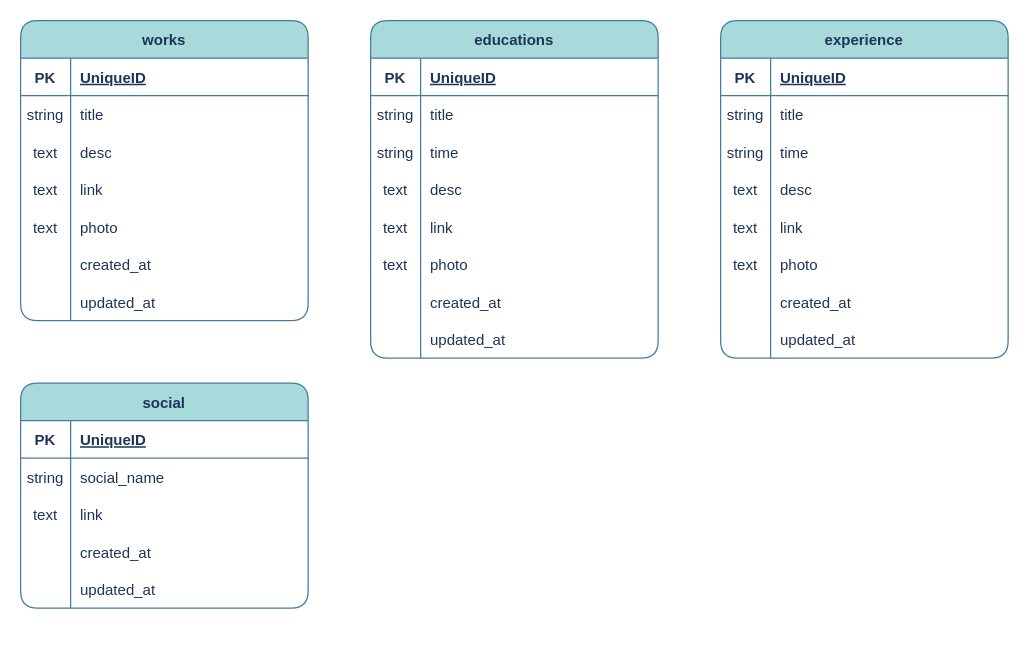
This is Portfolio Schema.drawio from Yousran/diagrams, a draw.io file, before an edit. Source tidied: cells renumbered, new cells numbered last; positions are measured from the earlier drawing's top-left corner, leaving out a move shared by most shapes. Both pictures are drawn from the tidied source at 125%, with x=0, y=0 at pixel (20, 20).
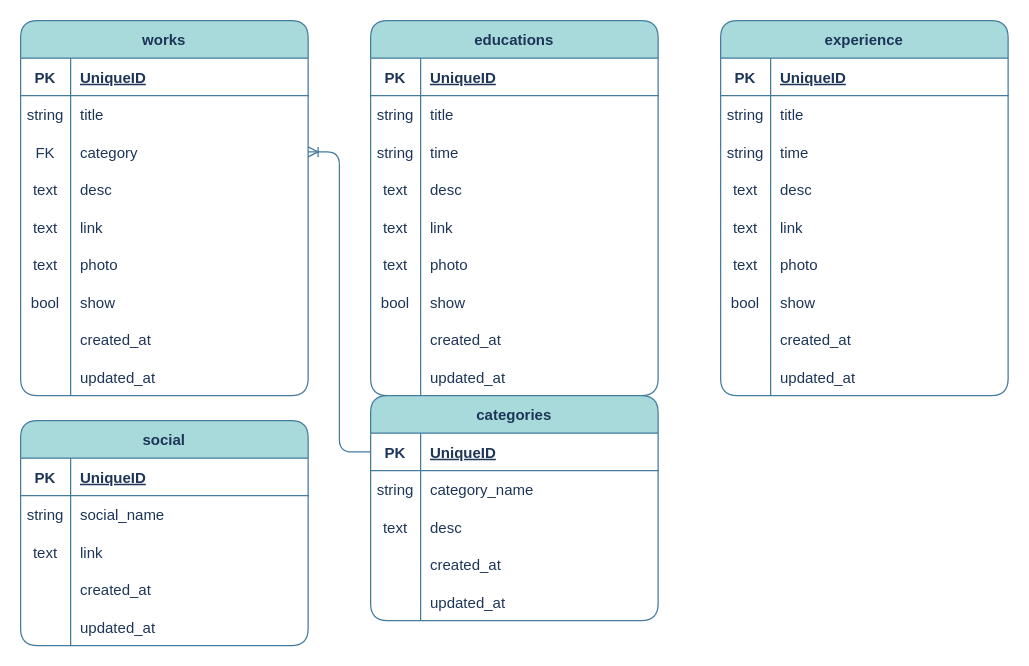
Above is the later version.

Commit message:
add categories table and field

The edit, as a diff of the source:
```diff
@@
     <mxCell id="2" value="works" style="shape=table;startSize=30;childLayout=tableLayout;rowLines=0;fontStyle=1;align=center;strokeColor=#457B9D;fontColor=#1D3557;fillColor=#A8DADC;rounded=1;" parent="1" vertex="1">
-      <mxGeometry width="230" height="240" as="geometry" />
+      <mxGeometry width="230" height="300" as="geometry" />
     </mxCell>
@@
+    <mxCell id="90" style="shape=tableRow;horizontal=0;startSize=0;swimlaneHead=0;swimlaneBody=0;fillColor=none;points=[[0,0.5],[1,0.5]];portConstraint=eastwest;top=0;left=0;right=0;bottom=0;strokeColor=#457B9D;fontColor=#1D3557;rounded=1;" parent="2" vertex="1">
+      <mxGeometry y="90" width="230" height="30" as="geometry" />
+    </mxCell>
+    <mxCell id="91" value="FK" style="shape=partialRectangle;fillColor=none;top=0;left=0;bottom=0;right=0;overflow=hidden;strokeColor=#457B9D;fontColor=#1D3557;rounded=1;" parent="90" vertex="1">
+      <mxGeometry width="40" height="30" as="geometry" />
+    </mxCell>
+    <mxCell id="92" value="category" style="shape=partialRectangle;fillColor=none;top=0;left=0;bottom=0;right=0;align=left;spacingLeft=6;overflow=hidden;strokeColor=#457B9D;fontColor=#1D3557;rounded=1;" parent="90" vertex="1">
+      <mxGeometry x="40" width="190" height="30" as="geometry" />
+    </mxCell>
     <mxCell id="9" style="shape=tableRow;horizontal=0;startSize=0;swimlaneHead=0;swimlaneBody=0;fillColor=none;top=0;left=0;right=0;bottom=0;strokeColor=#457B9D;fontColor=#1D3557;rounded=1;" parent="2" vertex="1">
-      <mxGeometry y="90" width="230" height="30" as="geometry" />
+      <mxGeometry y="120" width="230" height="30" as="geometry" />
     </mxCell>
@@
     <mxCell id="12" style="shape=tableRow;horizontal=0;startSize=0;swimlaneHead=0;swimlaneBody=0;fillColor=none;top=0;left=0;right=0;bottom=0;strokeColor=#457B9D;fontColor=#1D3557;rounded=1;" parent="2" vertex="1">
-      <mxGeometry y="120" width="230" height="30" as="geometry" />
+      <mxGeometry y="150" width="230" height="30" as="geometry" />
     </mxCell>
@@
     <mxCell id="15" style="shape=tableRow;horizontal=0;startSize=0;swimlaneHead=0;swimlaneBody=0;fillColor=none;top=0;left=0;right=0;bottom=0;strokeColor=#457B9D;fontColor=#1D3557;rounded=1;" parent="2" vertex="1">
-      <mxGeometry y="150" width="230" height="30" as="geometry" />
+      <mxGeometry y="180" width="230" height="30" as="geometry" />
     </mxCell>
@@
+    <mxCell id="93" style="shape=tableRow;horizontal=0;startSize=0;swimlaneHead=0;swimlaneBody=0;fillColor=none;top=0;left=0;right=0;bottom=0;strokeColor=#457B9D;fontColor=#1D3557;rounded=1;" parent="2" vertex="1">
+      <mxGeometry y="210" width="230" height="30" as="geometry" />
+    </mxCell>
+    <mxCell id="94" value="bool" style="shape=partialRectangle;fillColor=none;top=0;left=0;bottom=0;right=0;overflow=hidden;strokeColor=#457B9D;fontColor=#1D3557;rounded=1;" parent="93" vertex="1">
+      <mxGeometry width="40" height="30" as="geometry" />
+    </mxCell>
+    <mxCell id="95" value="show" style="shape=partialRectangle;fillColor=none;top=0;left=0;bottom=0;right=0;align=left;spacingLeft=6;overflow=hidden;strokeColor=#457B9D;fontColor=#1D3557;rounded=1;" parent="93" vertex="1">
+      <mxGeometry x="40" width="190" height="30" as="geometry" />
+    </mxCell>
     <mxCell id="18" style="shape=tableRow;horizontal=0;startSize=0;swimlaneHead=0;swimlaneBody=0;fillColor=none;top=0;left=0;right=0;bottom=0;strokeColor=#457B9D;fontColor=#1D3557;rounded=1;" parent="2" vertex="1">
-      <mxGeometry y="180" width="230" height="30" as="geometry" />
+      <mxGeometry y="240" width="230" height="30" as="geometry" />
     </mxCell>
@@
     <mxCell id="21" style="shape=tableRow;horizontal=0;startSize=0;swimlaneHead=0;swimlaneBody=0;fillColor=none;top=0;left=0;right=0;bottom=0;strokeColor=#457B9D;fontColor=#1D3557;rounded=1;" parent="2" vertex="1">
-      <mxGeometry y="210" width="230" height="30" as="geometry" />
+      <mxGeometry y="270" width="230" height="30" as="geometry" />
     </mxCell>
@@
     <mxCell id="24" value="educations" style="shape=table;startSize=30;childLayout=tableLayout;rowLines=0;fontStyle=1;align=center;strokeColor=#457B9D;fontColor=#1D3557;fillColor=#A8DADC;rounded=1;" parent="1" vertex="1">
-      <mxGeometry x="280" width="230" height="270" as="geometry" />
+      <mxGeometry x="280" width="230" height="300" as="geometry" />
     </mxCell>
@@
+    <mxCell id="96" style="shape=tableRow;horizontal=0;startSize=0;swimlaneHead=0;swimlaneBody=0;fillColor=none;top=0;left=0;right=0;bottom=0;strokeColor=#457B9D;fontColor=#1D3557;rounded=1;" parent="24" vertex="1">
+      <mxGeometry y="210" width="230" height="30" as="geometry" />
+    </mxCell>
+    <mxCell id="97" value="bool" style="shape=partialRectangle;fillColor=none;top=0;left=0;bottom=0;right=0;overflow=hidden;strokeColor=#457B9D;fontColor=#1D3557;rounded=1;" parent="96" vertex="1">
+      <mxGeometry width="40" height="30" as="geometry" />
+    </mxCell>
+    <mxCell id="98" value="show" style="shape=partialRectangle;fillColor=none;top=0;left=0;bottom=0;right=0;align=left;spacingLeft=6;overflow=hidden;strokeColor=#457B9D;fontColor=#1D3557;rounded=1;" parent="96" vertex="1">
+      <mxGeometry x="40" width="190" height="30" as="geometry" />
+    </mxCell>
     <mxCell id="43" style="shape=tableRow;horizontal=0;startSize=0;swimlaneHead=0;swimlaneBody=0;fillColor=none;top=0;left=0;right=0;bottom=0;strokeColor=#457B9D;fontColor=#1D3557;rounded=1;" parent="24" vertex="1">
-      <mxGeometry y="210" width="230" height="30" as="geometry" />
+      <mxGeometry y="240" width="230" height="30" as="geometry" />
     </mxCell>
@@
     <mxCell id="46" style="shape=tableRow;horizontal=0;startSize=0;swimlaneHead=0;swimlaneBody=0;fillColor=none;top=0;left=0;right=0;bottom=0;strokeColor=#457B9D;fontColor=#1D3557;rounded=1;" parent="24" vertex="1">
-      <mxGeometry y="240" width="230" height="30" as="geometry" />
+      <mxGeometry y="270" width="230" height="30" as="geometry" />
     </mxCell>
@@
     <mxCell id="49" value="experience" style="shape=table;startSize=30;childLayout=tableLayout;rowLines=0;fontStyle=1;align=center;strokeColor=#457B9D;fontColor=#1D3557;fillColor=#A8DADC;rounded=1;" parent="1" vertex="1">
-      <mxGeometry x="560" width="230" height="270" as="geometry" />
+      <mxGeometry x="560" width="230" height="300" as="geometry" />
     </mxCell>
@@
+    <mxCell id="99" style="shape=tableRow;horizontal=0;startSize=0;swimlaneHead=0;swimlaneBody=0;fillColor=none;top=0;left=0;right=0;bottom=0;strokeColor=#457B9D;fontColor=#1D3557;rounded=1;" parent="49" vertex="1">
+      <mxGeometry y="210" width="230" height="30" as="geometry" />
+    </mxCell>
+    <mxCell id="100" value="bool" style="shape=partialRectangle;fillColor=none;top=0;left=0;bottom=0;right=0;overflow=hidden;strokeColor=#457B9D;fontColor=#1D3557;rounded=1;" parent="99" vertex="1">
+      <mxGeometry width="40" height="30" as="geometry" />
+    </mxCell>
+    <mxCell id="101" value="show" style="shape=partialRectangle;fillColor=none;top=0;left=0;bottom=0;right=0;align=left;spacingLeft=6;overflow=hidden;strokeColor=#457B9D;fontColor=#1D3557;rounded=1;" parent="99" vertex="1">
+      <mxGeometry x="40" width="190" height="30" as="geometry" />
+    </mxCell>
     <mxCell id="68" style="shape=tableRow;horizontal=0;startSize=0;swimlaneHead=0;swimlaneBody=0;fillColor=none;top=0;left=0;right=0;bottom=0;strokeColor=#457B9D;fontColor=#1D3557;rounded=1;" parent="49" vertex="1">
-      <mxGeometry y="210" width="230" height="30" as="geometry" />
+      <mxGeometry y="240" width="230" height="30" as="geometry" />
     </mxCell>
@@
     <mxCell id="71" style="shape=tableRow;horizontal=0;startSize=0;swimlaneHead=0;swimlaneBody=0;fillColor=none;top=0;left=0;right=0;bottom=0;strokeColor=#457B9D;fontColor=#1D3557;rounded=1;" parent="49" vertex="1">
-      <mxGeometry y="240" width="230" height="30" as="geometry" />
+      <mxGeometry y="270" width="230" height="30" as="geometry" />
     </mxCell>
@@
     <mxCell id="74" value="social" style="shape=table;startSize=30;childLayout=tableLayout;rowLines=0;fontStyle=1;align=center;strokeColor=#457B9D;fontColor=#1D3557;fillColor=#A8DADC;rounded=1;" parent="1" vertex="1">
-      <mxGeometry y="290" width="230" height="180" as="geometry" />
+      <mxGeometry y="320" width="230" height="180" as="geometry" />
     </mxCell>
@@
+    <mxCell id="102" value="categories" style="shape=table;startSize=30;childLayout=tableLayout;rowLines=0;fontStyle=1;align=center;strokeColor=#457B9D;fontColor=#1D3557;fillColor=#A8DADC;rounded=1;" parent="1" vertex="1">
+      <mxGeometry x="280" y="300" width="230" height="180" as="geometry" />
+    </mxCell>
+    <mxCell id="103" style="shape=tableRow;horizontal=0;startSize=0;swimlaneHead=0;swimlaneBody=0;fillColor=none;points=[[0,0.5],[1,0.5]];portConstraint=eastwest;top=0;left=0;right=0;bottom=1;strokeColor=#457B9D;fontColor=#1D3557;rounded=1;" parent="102" vertex="1">
+      <mxGeometry y="30" width="230" height="30" as="geometry" />
+    </mxCell>
+    <mxCell id="104" value="PK" style="shape=partialRectangle;fillColor=none;top=0;left=0;bottom=0;right=0;fontStyle=1;overflow=hidden;strokeColor=#457B9D;fontColor=#1D3557;rounded=1;" parent="103" vertex="1">
+      <mxGeometry width="40" height="30" as="geometry" />
+    </mxCell>
+    <mxCell id="105" value="UniqueID" style="shape=partialRectangle;fillColor=none;top=0;left=0;bottom=0;right=0;align=left;spacingLeft=6;fontStyle=5;overflow=hidden;strokeColor=#457B9D;fontColor=#1D3557;rounded=1;" parent="103" vertex="1">
+      <mxGeometry x="40" width="190" height="30" as="geometry" />
+    </mxCell>
+    <mxCell id="106" style="shape=tableRow;horizontal=0;startSize=0;swimlaneHead=0;swimlaneBody=0;fillColor=none;top=0;left=0;right=0;bottom=0;strokeColor=#457B9D;fontColor=#1D3557;rounded=1;" parent="102" vertex="1">
+      <mxGeometry y="60" width="230" height="30" as="geometry" />
+    </mxCell>
+    <mxCell id="107" value="string" style="shape=partialRectangle;fillColor=none;top=0;left=0;bottom=0;right=0;overflow=hidden;strokeColor=#457B9D;fontColor=#1D3557;rounded=1;" parent="106" vertex="1">
+      <mxGeometry width="40" height="30" as="geometry" />
+    </mxCell>
+    <mxCell id="108" value="category_name" style="shape=partialRectangle;fillColor=none;top=0;left=0;bottom=0;right=0;align=left;spacingLeft=6;overflow=hidden;strokeColor=#457B9D;fontColor=#1D3557;rounded=1;" parent="106" vertex="1">
+      <mxGeometry x="40" width="190" height="30" as="geometry" />
+    </mxCell>
+    <mxCell id="109" style="shape=tableRow;horizontal=0;startSize=0;swimlaneHead=0;swimlaneBody=0;fillColor=none;top=0;left=0;right=0;bottom=0;strokeColor=#457B9D;fontColor=#1D3557;rounded=1;" parent="102" vertex="1">
+      <mxGeometry y="90" width="230" height="30" as="geometry" />
+    </mxCell>
+    <mxCell id="110" value="text" style="shape=partialRectangle;fillColor=none;top=0;left=0;bottom=0;right=0;overflow=hidden;strokeColor=#457B9D;fontColor=#1D3557;rounded=1;" parent="109" vertex="1">
+      <mxGeometry width="40" height="30" as="geometry" />
+    </mxCell>
+    <mxCell id="111" value="desc" style="shape=partialRectangle;fillColor=none;top=0;left=0;bottom=0;right=0;align=left;spacingLeft=6;overflow=hidden;strokeColor=#457B9D;fontColor=#1D3557;rounded=1;" parent="109" vertex="1">
+      <mxGeometry x="40" width="190" height="30" as="geometry" />
+    </mxCell>
+    <mxCell id="112" style="shape=tableRow;horizontal=0;startSize=0;swimlaneHead=0;swimlaneBody=0;fillColor=none;top=0;left=0;right=0;bottom=0;strokeColor=#457B9D;fontColor=#1D3557;rounded=1;" parent="102" vertex="1">
+      <mxGeometry y="120" width="230" height="30" as="geometry" />
+    </mxCell>
+    <mxCell id="113" style="shape=partialRectangle;fillColor=none;top=0;left=0;bottom=0;right=0;overflow=hidden;strokeColor=#457B9D;fontColor=#1D3557;rounded=1;" parent="112" vertex="1">
+      <mxGeometry width="40" height="30" as="geometry" />
+    </mxCell>
+    <mxCell id="114" value="created_at" style="shape=partialRectangle;fillColor=none;top=0;left=0;bottom=0;right=0;align=left;spacingLeft=6;overflow=hidden;strokeColor=#457B9D;fontColor=#1D3557;rounded=1;" parent="112" vertex="1">
+      <mxGeometry x="40" width="190" height="30" as="geometry" />
+    </mxCell>
+    <mxCell id="115" style="shape=tableRow;horizontal=0;startSize=0;swimlaneHead=0;swimlaneBody=0;fillColor=none;top=0;left=0;right=0;bottom=0;strokeColor=#457B9D;fontColor=#1D3557;rounded=1;" parent="102" vertex="1">
+      <mxGeometry y="150" width="230" height="30" as="geometry" />
+    </mxCell>
+    <mxCell id="116" style="shape=partialRectangle;fillColor=none;top=0;left=0;bottom=0;right=0;overflow=hidden;strokeColor=#457B9D;fontColor=#1D3557;rounded=1;" parent="115" vertex="1">
+      <mxGeometry width="40" height="30" as="geometry" />
+    </mxCell>
+    <mxCell id="117" value="updated_at" style="shape=partialRectangle;fillColor=none;top=0;left=0;bottom=0;right=0;align=left;spacingLeft=6;overflow=hidden;strokeColor=#457B9D;fontColor=#1D3557;rounded=1;" parent="115" vertex="1">
+      <mxGeometry x="40" width="190" height="30" as="geometry" />
+    </mxCell>
+    <mxCell id="118" style="edgeStyle=orthogonalEdgeStyle;rounded=1;jettySize=auto;html=1;exitX=0;exitY=0.5;exitDx=0;exitDy=0;entryX=1;entryY=0.5;entryDx=0;entryDy=0;strokeColor=#457B9D;fontColor=#1D3557;fillColor=#A8DADC;endArrow=ERoneToMany;endFill=0;" parent="1" edge="1" source="103" target="90">
+      <mxGeometry relative="1" as="geometry" />
+    </mxCell>
```
